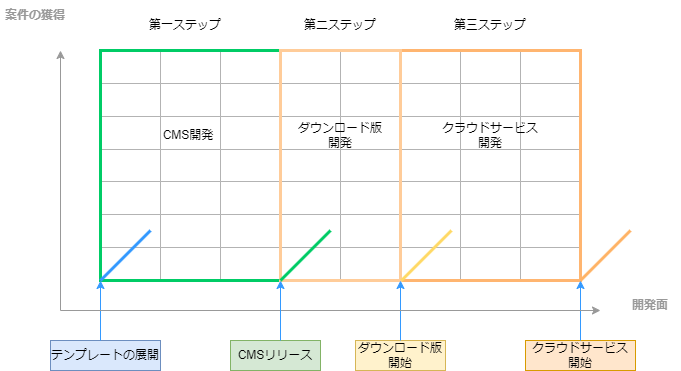
The draw.io diagram 収益化.drawio.png in buyodo/webgis-doc, before a commit. Source tidied: cells renumbered, new cells last; positions are measured from the earlier drawing's top-left corner, leaving out a move shared by most shapes.
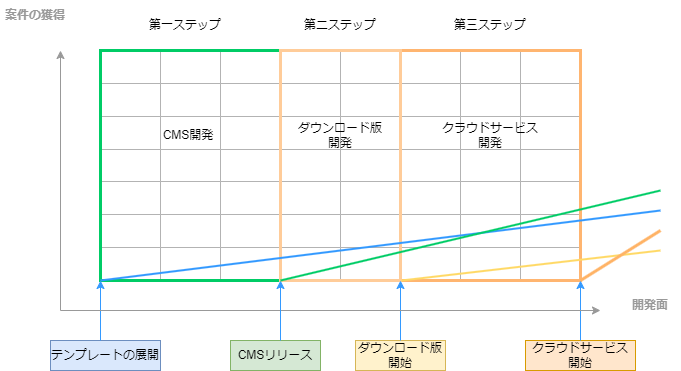
Later version of the same file.

Commit message:
収益化.drawio.png を更新します

The edit, as a diff of the source:
```diff
@@ -224,22 +224,22 @@
     <mxCell id="75" style="rounded=0;whiteSpace=wrap;html=1;strokeColor=#FFCC99;fillColor=none;strokeWidth=3;" parent="1" vertex="1">
       <mxGeometry x="280" y="50" width="120" height="230" as="geometry" />
     </mxCell>
-    <mxCell id="76" style="endArrow=none;html=1;rounded=0;strokeColor=#3399FF;strokeWidth=3;" parent="1" edge="1">
+    <mxCell id="76" style="endArrow=none;html=1;rounded=0;strokeColor=#3399FF;strokeWidth=2;" parent="1" edge="1">
       <mxGeometry relative="1" as="geometry">
         <mxPoint x="100" y="280" as="sourcePoint" />
-        <mxPoint x="150" y="230" as="targetPoint" />
+        <mxPoint x="660" y="210" as="targetPoint" />
       </mxGeometry>
     </mxCell>
-    <mxCell id="77" style="endArrow=none;html=1;rounded=0;strokeColor=#FFD966;strokeWidth=3;" parent="1" edge="1">
+    <mxCell id="77" style="endArrow=none;html=1;rounded=0;strokeColor=#FFD966;strokeWidth=2;" parent="1" edge="1">
       <mxGeometry relative="1" as="geometry">
         <mxPoint x="401" y="280" as="sourcePoint" />
-        <mxPoint x="451" y="230" as="targetPoint" />
+        <mxPoint x="660" y="250" as="targetPoint" />
       </mxGeometry>
     </mxCell>
     <mxCell id="78" style="endArrow=none;html=1;rounded=0;strokeColor=#FFB366;strokeWidth=3;" parent="1" edge="1">
       <mxGeometry relative="1" as="geometry">
         <mxPoint x="580" y="280" as="sourcePoint" />
-        <mxPoint x="630" y="230" as="targetPoint" />
+        <mxPoint x="660" y="230" as="targetPoint" />
       </mxGeometry>
     </mxCell>
     <mxCell id="79" value="第二ステップ" style="text;html=1;strokeColor=none;fillColor=none;align=center;verticalAlign=middle;whiteSpace=wrap;rounded=0;" parent="1" vertex="1">
@@ -283,12 +283,6 @@
         <mxPoint x="60" y="50" as="targetPoint" />
       </mxGeometry>
     </mxCell>
-    <mxCell id="88" style="endArrow=none;html=1;rounded=0;fillColor=#d5e8d4;strokeColor=#00CC66;strokeWidth=3;" parent="1" edge="1">
-      <mxGeometry relative="1" as="geometry">
-        <mxPoint x="280" y="280" as="sourcePoint" />
-        <mxPoint x="330" y="230" as="targetPoint" />
-      </mxGeometry>
-    </mxCell>
     <mxCell id="89" value="CMSリリース" style="text;html=1;strokeColor=#82b366;fillColor=#d5e8d4;align=center;verticalAlign=middle;whiteSpace=wrap;rounded=0;" parent="1" vertex="1">
       <mxGeometry x="230" y="340" width="90" height="30" as="geometry" />
     </mxCell>
@@ -298,5 +292,11 @@
         <mxPoint x="280" y="280" as="targetPoint" />
       </mxGeometry>
     </mxCell>
+    <mxCell id="88" style="endArrow=none;html=1;rounded=0;fillColor=#d5e8d4;strokeColor=#00CC66;strokeWidth=2;" parent="1" edge="1">
+      <mxGeometry relative="1" as="geometry">
+        <mxPoint x="280" y="280" as="sourcePoint" />
+        <mxPoint x="660" y="190" as="targetPoint" />
+      </mxGeometry>
+    </mxCell>
   </root>
 </mxGraphModel>
```
